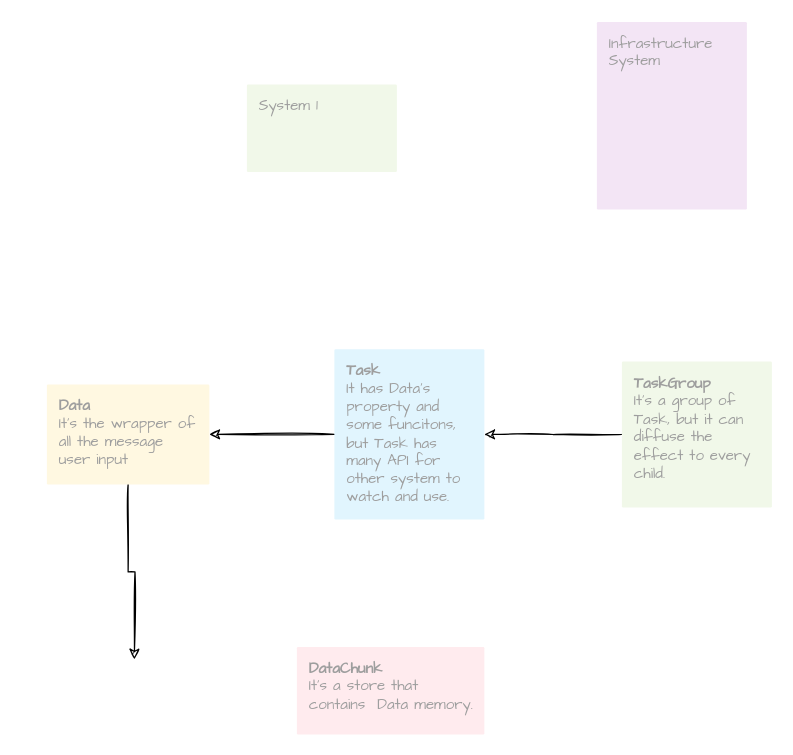
Above: package/TaskSystem/TaskDesign.drawio in KonghaYao/jspider (draw.io), before the change. Source tidied: cells renumbered, new cells numbered last; positions are measured from the earlier drawing's top-left corner, leaving out a move shared by most shapes. Both pictures are drawn from the tidied source at 125%, with x=0, y=0 at pixel (46, 21).
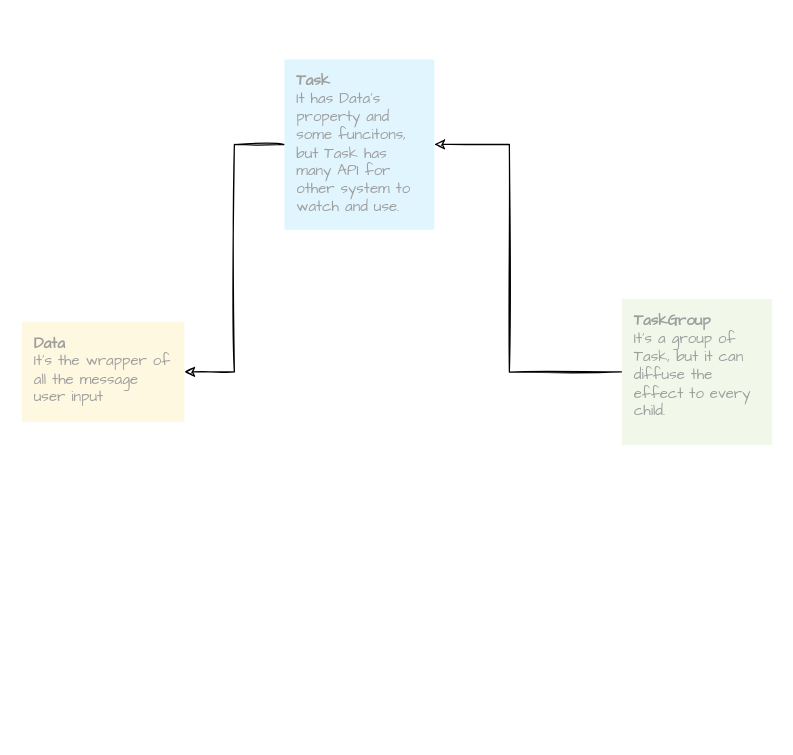
The same page after the edit.

Commit message (it also covers changes not shown here):
feat(task): 生成改进版本的Task

What changed in the source:
```diff
@@
 <mxGraphModel>
   <root>
     <mxCell id="0" />
     <mxCell id="1" parent="0" />
     <mxCell id="2" style="edgeStyle=orthogonalEdgeStyle;rounded=0;jettySize=auto;html=1;exitX=0;exitY=0.5;exitDx=0;exitDy=0;exitPerimeter=0;entryX=1;entryY=0.5;entryDx=0;entryDy=0;entryPerimeter=0;fontFamily=Comic Sans MS;sketch=1;" parent="1" edge="1" source="3" target="9">
       <mxGeometry relative="1" as="geometry" />
     </mxCell>
     <mxCell id="3" value="&lt;b&gt;Task&lt;/b&gt;&lt;br&gt;It has Data's property and some funcitons, but Task has many API for other system to watch and use." style="points=[[0,0,0],[0.25,0,0],[0.5,0,0],[0.75,0,0],[1,0,0],[1,0.25,0],[1,0.5,0],[1,0.75,0],[1,1,0],[0.75,1,0],[0.5,1,0],[0.25,1,0],[0,1,0],[0,0.75,0],[0,0.5,0],[0,0.25,0]];rounded=1;absoluteArcSize=1;arcSize=2;html=1;strokeColor=none;gradientColor=none;shadow=0;dashed=0;fontSize=12;fontColor=#9E9E9E;align=left;verticalAlign=top;spacing=10;spacingTop=-4;fillColor=#E1F5FE;fontFamily=Comic Sans MS;fontStyle=0;whiteSpace=wrap;" parent="1" vertex="1">
-      <mxGeometry x="230" y="261.9" width="120" height="136.2" as="geometry" />
+      <mxGeometry x="190" y="30" width="120" height="136.2" as="geometry" />
     </mxCell>
-    <mxCell id="4" style="edgeStyle=orthogonalEdgeStyle;rounded=0;jettySize=auto;html=1;fontFamily=Comic Sans MS;sketch=1;" parent="1" edge="1" source="5" target="3">
-      <mxGeometry relative="1" as="geometry" />
+    <mxCell id="4" style="edgeStyle=orthogonalEdgeStyle;rounded=0;jettySize=auto;html=1;fontFamily=Comic Sans MS;sketch=1;exitX=0;exitY=0.5;exitDx=0;exitDy=0;exitPerimeter=0;" parent="1" edge="1" source="5" target="3">
+      <mxGeometry relative="1" as="geometry">
+        <Array as="points">
+          <mxPoint x="370" y="280" />
+          <mxPoint x="370" y="98" />
+        </Array>
+      </mxGeometry>
     </mxCell>
     <mxCell id="5" value="&lt;b&gt;TaskGroup&lt;/b&gt;&lt;br&gt;It's a group of Task, but it can diffuse the effect to every child." style="points=[[0,0,0],[0.25,0,0],[0.5,0,0],[0.75,0,0],[1,0,0],[1,0.25,0],[1,0.5,0],[1,0.75,0],[1,1,0],[0.75,1,0],[0.5,1,0],[0.25,1,0],[0,1,0],[0,0.75,0],[0,0.5,0],[0,0.25,0]];rounded=1;absoluteArcSize=1;arcSize=2;html=1;strokeColor=none;gradientColor=none;shadow=0;dashed=0;fontSize=12;fontColor=#9E9E9E;align=left;verticalAlign=top;spacing=10;spacingTop=-4;fillColor=#F1F8E9;fontFamily=Comic Sans MS;whiteSpace=wrap;" parent="1" vertex="1">
-      <mxGeometry x="460" y="271.6" width="120" height="116.9" as="geometry" />
+      <mxGeometry x="460" y="221.6" width="120" height="116.9" as="geometry" />
     </mxCell>
-    <mxCell id="6" value="&lt;b&gt;DataChunk&lt;/b&gt;&lt;br&gt;It's a store that contains&amp;nbsp; Data memory." style="rounded=1;absoluteArcSize=1;arcSize=2;html=1;strokeColor=none;gradientColor=none;shadow=0;dashed=0;fontSize=12;fontColor=#9E9E9E;align=left;verticalAlign=top;spacing=10;spacingTop=-4;fillColor=#FFEBEE;fontFamily=Comic Sans MS;whiteSpace=wrap;" parent="1" vertex="1">
-      <mxGeometry x="200" y="500" width="150" height="70" as="geometry" />
-    </mxCell>
-    <mxCell id="7" value="System 1" style="rounded=1;absoluteArcSize=1;arcSize=2;html=1;strokeColor=none;gradientColor=none;shadow=0;dashed=0;fontSize=12;fontColor=#9E9E9E;align=left;verticalAlign=top;spacing=10;spacingTop=-4;fillColor=#F1F8E9;fontFamily=Comic Sans MS;" parent="1" vertex="1">
-      <mxGeometry x="160" y="50" width="120" height="70" as="geometry" />
-    </mxCell>
-    <mxCell id="8" style="edgeStyle=orthogonalEdgeStyle;rounded=0;sketch=1;jettySize=auto;html=1;fontFamily=Comic Sans MS;" parent="1" edge="1" source="9">
-      <mxGeometry relative="1" as="geometry">
-        <mxPoint x="70" y="510" as="targetPoint" />
-      </mxGeometry>
-    </mxCell>
     <mxCell id="9" value="&lt;b&gt;Data&lt;/b&gt;&lt;br&gt;It's the wrapper of all the message user input" style="points=[[0,0,0],[0.25,0,0],[0.5,0,0],[0.75,0,0],[1,0,0],[1,0.25,0],[1,0.5,0],[1,0.75,0],[1,1,0],[0.75,1,0],[0.5,1,0],[0.25,1,0],[0,1,0],[0,0.75,0],[0,0.5,0],[0,0.25,0]];rounded=1;absoluteArcSize=1;arcSize=2;html=1;strokeColor=none;gradientColor=none;shadow=0;dashed=0;fontSize=12;fontColor=#9E9E9E;align=left;verticalAlign=top;spacing=10;spacingTop=-4;fillColor=#FFF8E1;fontFamily=Comic Sans MS;fontStyle=0;whiteSpace=wrap;" parent="1" vertex="1">
-      <mxGeometry y="290" width="130" height="80" as="geometry" />
+      <mxGeometry x="-20" y="240" width="130" height="80" as="geometry" />
     </mxCell>
-    <mxCell id="10" value="Infrastructure&#10;System" style="rounded=1;absoluteArcSize=1;arcSize=2;html=1;strokeColor=none;gradientColor=none;shadow=0;dashed=0;fontSize=12;fontColor=#9E9E9E;align=left;verticalAlign=top;spacing=10;spacingTop=-4;fillColor=#F3E5F5;fontFamily=Comic Sans MS;" parent="1" vertex="1">
-      <mxGeometry x="440" width="120" height="150" as="geometry" />
-    </mxCell>
   </root>
 </mxGraphModel>
```
